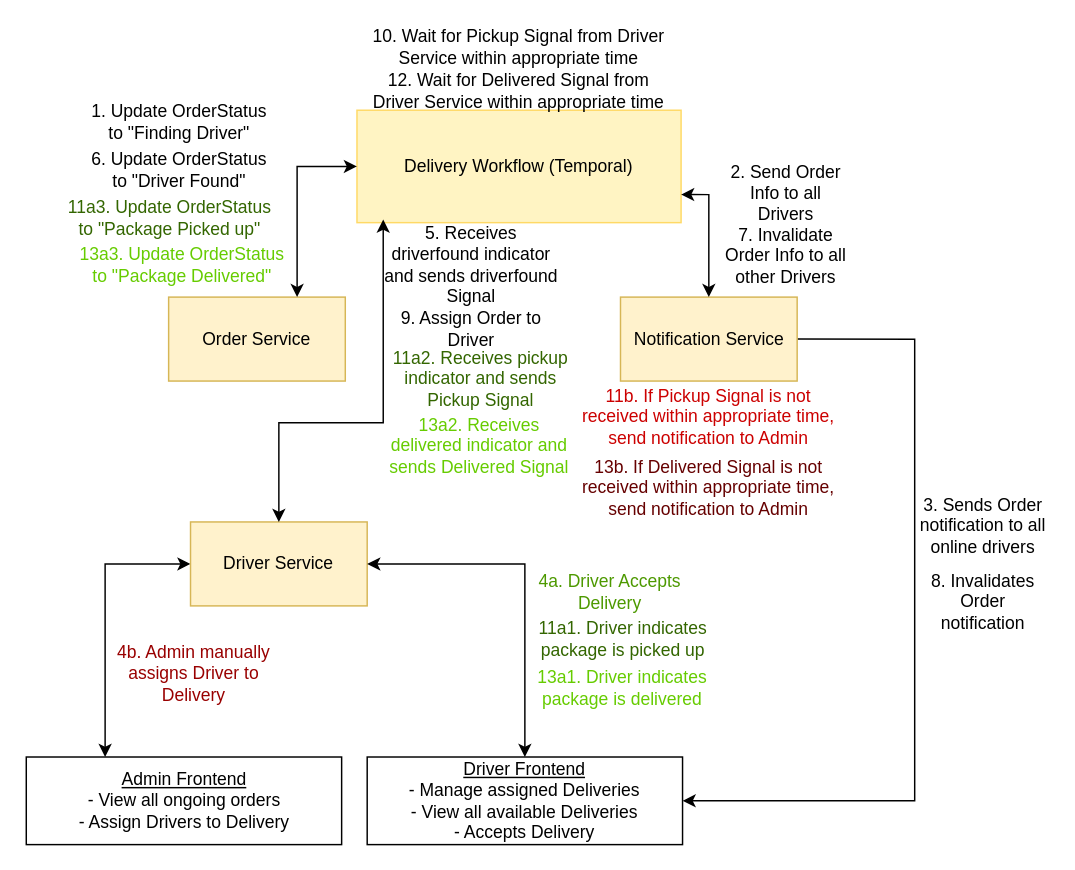
Earlier version of the draw.io diagram diagrams/ProcessDelivery.drawio (darkliyznyanlin910/esd-2425T2). Source tidied: cells renumbered, new cells numbered last; positions are measured from the earlier drawing's top-left corner, leaving out a move shared by most shapes. Both pictures are drawn from the tidied source at 146%, with x=0, y=0 at pixel (26, 25).
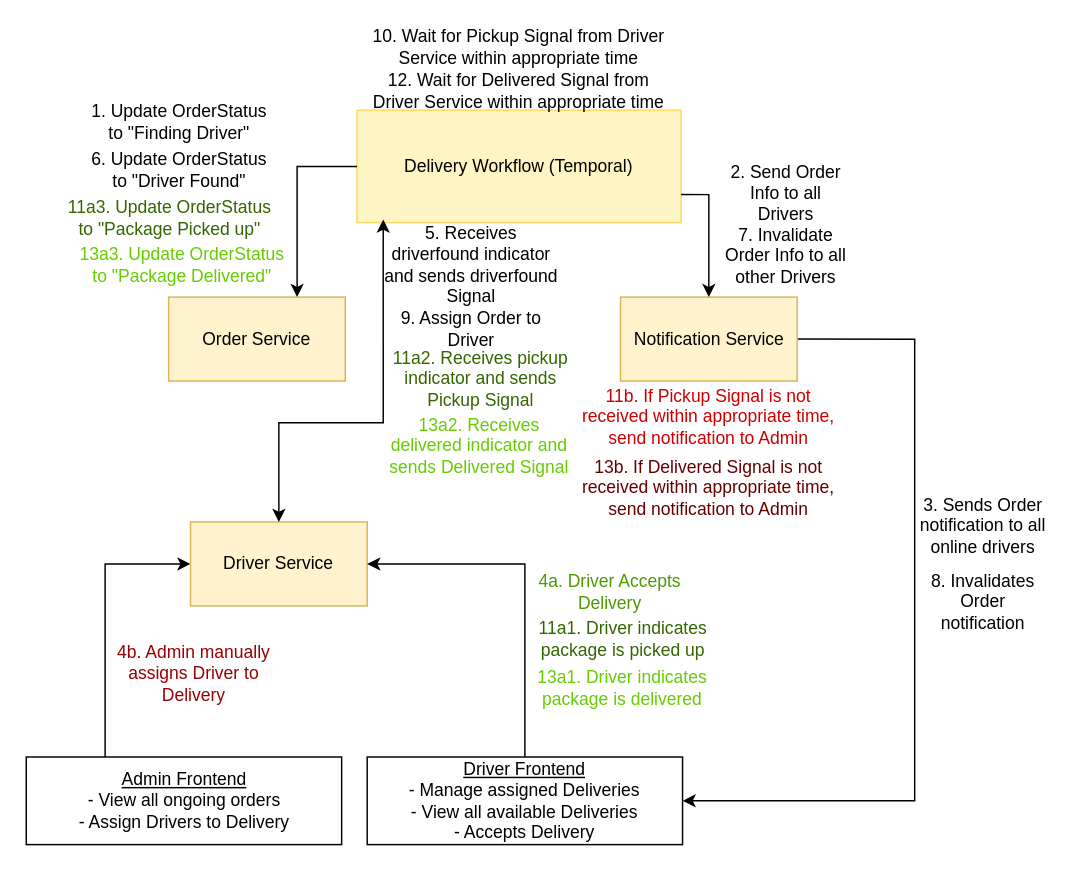
Above is the later version.

Commit message:
Update process delivery arrows

Unchanged cells that the change refers to:
```xml
<mxCell id="2" value="Delivery Workflow (Temporal)" style="rounded=0;whiteSpace=wrap;html=1;fillColor=light-dark(#FFF4C3,var(--ge-dark-color, #121212));strokeColor=light-dark(#FFD966,#FFFFFF);" parent="1" vertex="1">
  <mxGeometry x="226" y="58" width="222" height="77" as="geometry" />
</mxCell>
<mxCell id="7" value="Driver Service" style="rounded=0;whiteSpace=wrap;html=1;fillColor=#fff2cc;strokeColor=#d6b656;" parent="1" vertex="1">
  <mxGeometry x="112" y="340" width="121" height="57.5" as="geometry" />
</mxCell>
<mxCell id="9" value="Notification Service" style="rounded=0;whiteSpace=wrap;html=1;fillColor=#fff2cc;strokeColor=#d6b656;" parent="1" vertex="1">
  <mxGeometry x="406.5" y="186" width="121" height="57.5" as="geometry" />
</mxCell>
<mxCell id="13" value="&lt;u&gt;Admin Frontend&lt;/u&gt;&lt;div&gt;- View all ongoing orders&lt;br&gt;&lt;/div&gt;&lt;div&gt;- Assign Drivers to Delivery&lt;/div&gt;" style="rounded=0;whiteSpace=wrap;html=1;" parent="1" vertex="1">
  <mxGeometry x="-0.5" y="501" width="216" height="60" as="geometry" />
</mxCell>
<mxCell id="18" value="&lt;u&gt;Driver Frontend&lt;/u&gt;&lt;div&gt;- Manage assigned Deliveries&lt;br&gt;&lt;/div&gt;&lt;div&gt;- View all available Deliveries&lt;/div&gt;&lt;div&gt;- Accepts Delivery&lt;/div&gt;" style="rounded=0;whiteSpace=wrap;html=1;" parent="1" vertex="1">
  <mxGeometry x="233" y="501" width="216" height="60" as="geometry" />
</mxCell>
```

Change to the diagram source:
```diff
@@
-    <mxCell id="4" style="endArrow=classic;startArrow=classic;html=1;rounded=0;entryX=0;entryY=0.5;entryDx=0;entryDy=0;edgeStyle=orthogonalEdgeStyle;" parent="1" edge="1" target="2">
+    <mxCell id="4" style="endArrow=none;startArrow=classic;html=1;rounded=0;entryX=0;entryY=0.5;entryDx=0;entryDy=0;edgeStyle=orthogonalEdgeStyle;startFill=1;" parent="1" edge="1" target="2">
       <mxGeometry relative="1" as="geometry">
         <mxPoint x="185" y="186" as="sourcePoint" />
         <Array as="points">
           <mxPoint x="185" y="186" />
           <mxPoint x="185" y="97" />
         </Array>
       </mxGeometry>
     </mxCell>
@@
-    <mxCell id="6" style="edgeStyle=orthogonalEdgeStyle;rounded=0;jettySize=auto;html=1;exitX=0;exitY=0.5;exitDx=0;exitDy=0;entryX=0.25;entryY=0;entryDx=0;entryDy=0;startArrow=classic;startFill=1;" parent="1" edge="1" source="7" target="13">
+    <mxCell id="6" style="edgeStyle=orthogonalEdgeStyle;rounded=0;jettySize=auto;html=1;exitX=0;exitY=0.5;exitDx=0;exitDy=0;entryX=0.25;entryY=0;entryDx=0;entryDy=0;startArrow=classic;startFill=1;endArrow=none;" parent="1" edge="1" source="7" target="13">
       <mxGeometry relative="1" as="geometry" />
     </mxCell>
@@
-    <mxCell id="14" style="endArrow=classic;startArrow=classic;html=1;rounded=0;entryX=1;entryY=0.75;entryDx=0;entryDy=0;exitX=0.5;exitY=0;exitDx=0;exitDy=0;edgeStyle=orthogonalEdgeStyle;" parent="1" edge="1" source="9" target="2">
+    <mxCell id="14" style="endArrow=none;startArrow=classic;html=1;rounded=0;entryX=1;entryY=0.75;entryDx=0;entryDy=0;exitX=0.5;exitY=0;exitDx=0;exitDy=0;edgeStyle=orthogonalEdgeStyle;startFill=1;" parent="1" edge="1" source="9" target="2">
       <mxGeometry relative="1" as="geometry">
         <Array as="points">
           <mxPoint x="467" y="116" />
         </Array>
       </mxGeometry>
     </mxCell>
@@
-    <mxCell id="17" style="edgeStyle=orthogonalEdgeStyle;rounded=0;jettySize=auto;html=1;exitX=0.5;exitY=0;exitDx=0;exitDy=0;entryX=1;entryY=0.5;entryDx=0;entryDy=0;startArrow=classic;startFill=1;" parent="1" edge="1" source="18" target="7">
+    <mxCell id="17" style="edgeStyle=orthogonalEdgeStyle;rounded=0;jettySize=auto;html=1;exitX=0.5;exitY=0;exitDx=0;exitDy=0;entryX=1;entryY=0.5;entryDx=0;entryDy=0;startArrow=none;startFill=0;" parent="1" edge="1" source="18" target="7">
       <mxGeometry relative="1" as="geometry" />
     </mxCell>
```
